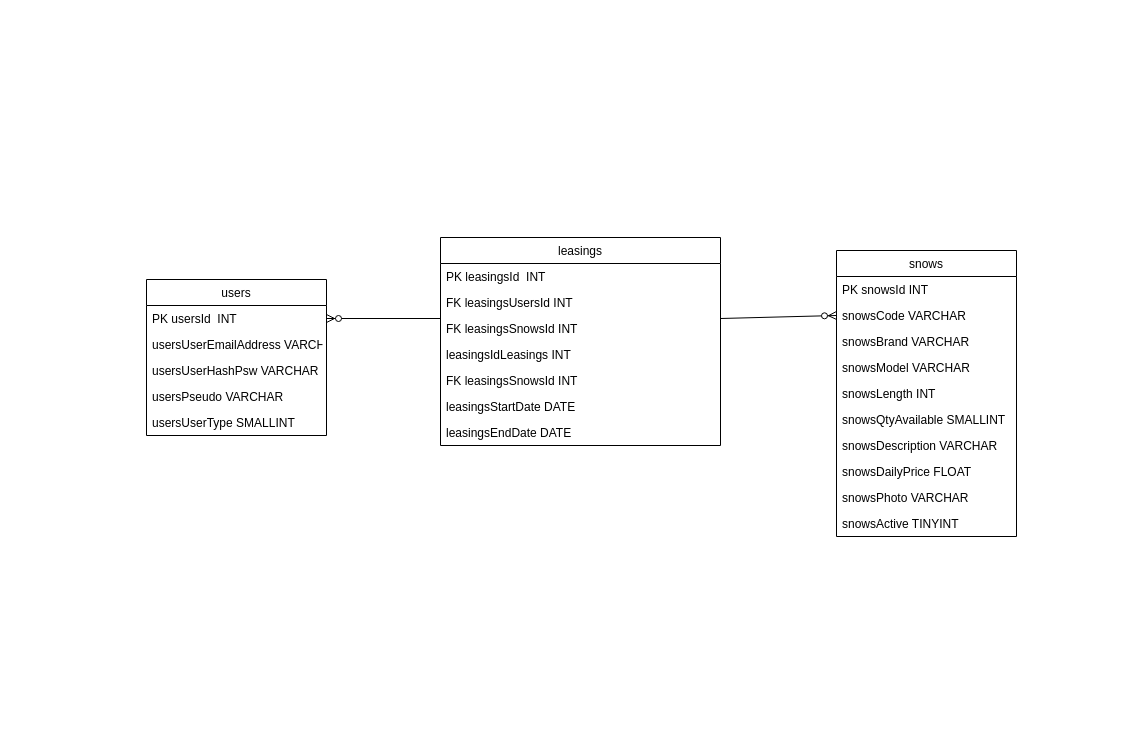
This is page "MLD" (2 of 2) of Documentation/modèlesDB.drawio from KevinAlvesLufky/ProjetWeb_BDD, a draw.io file, before an edit. Source tidied: cells renumbered, new cells numbered last; positions are measured from the earlier drawing's top-left corner, leaving out a move shared by most shapes. Both pictures are drawn from the tidied source at 100%, with x=0, y=0 at pixel (146, 237).
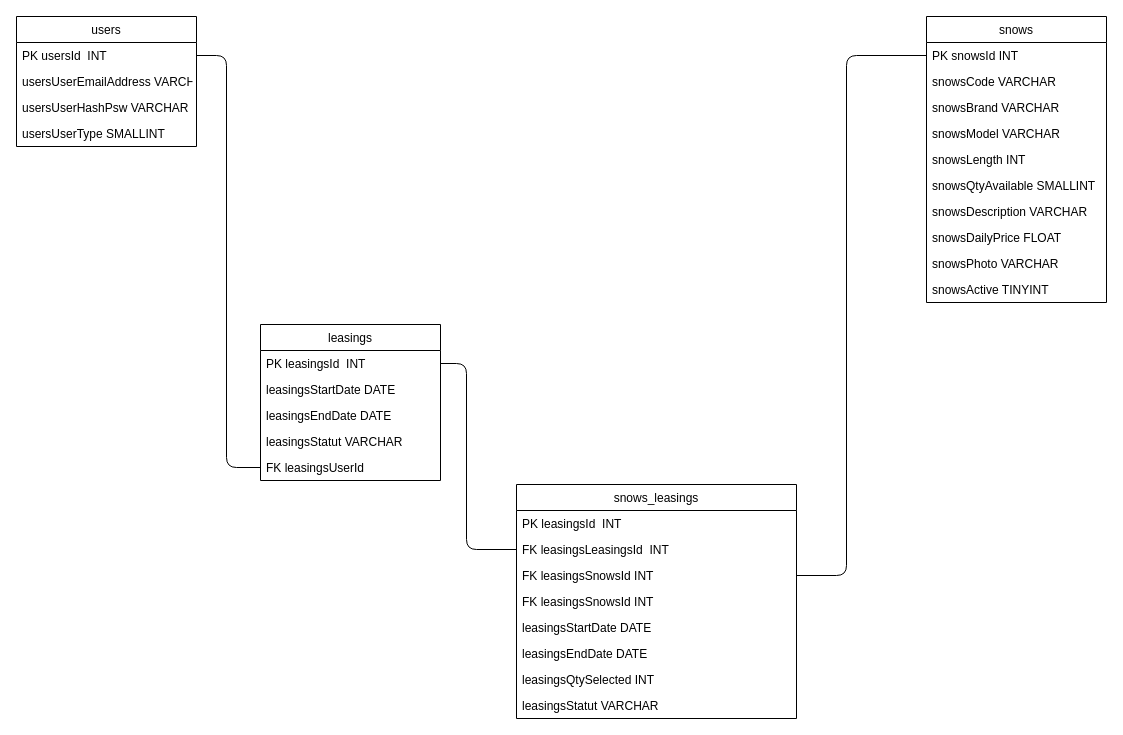
The same page after the edit.

The change refers to these unchanged cells:
```xml
<mxCell id="3" value="PK usersId  INT" style="text;strokeColor=none;fillColor=none;align=left;verticalAlign=top;spacingLeft=4;spacingRight=4;overflow=hidden;points=[[0,0.5],[1,0.5]];portConstraint=eastwest;" parent="2" vertex="1">
  <mxGeometry y="26" width="180" height="26" as="geometry" />
</mxCell>
<mxCell id="9" value="PK snowsId INT" style="text;strokeColor=none;fillColor=none;align=left;verticalAlign=top;spacingLeft=4;spacingRight=4;overflow=hidden;points=[[0,0.5],[1,0.5]];portConstraint=eastwest;" parent="8" vertex="1">
  <mxGeometry y="26" width="180" height="26" as="geometry" />
</mxCell>
<mxCell id="10" value="snowsCode VARCHAR" style="text;strokeColor=none;fillColor=none;align=left;verticalAlign=top;spacingLeft=4;spacingRight=4;overflow=hidden;points=[[0,0.5],[1,0.5]];portConstraint=eastwest;" parent="8" vertex="1">
  <mxGeometry y="52" width="180" height="26" as="geometry" />
</mxCell>
<mxCell id="22" value="FK leasingsSnowsId INT" style="text;strokeColor=none;fillColor=none;align=left;verticalAlign=top;spacingLeft=4;spacingRight=4;overflow=hidden;points=[[0,0.5],[1,0.5]];portConstraint=eastwest;" parent="19" vertex="1">
  <mxGeometry y="78" width="280" height="26" as="geometry" />
</mxCell>
```

Diff of the diagram source:
```diff
@@
     <mxCell id="2" value="users" style="swimlane;fontStyle=0;horizontal=1;startSize=26;fillColor=none;" parent="1" vertex="1">
-      <mxGeometry y="42" width="180" height="156" as="geometry" />
+      <mxGeometry x="-130" y="-221" width="180" height="130" as="geometry" />
     </mxCell>
@@
-    <mxCell id="6" value="usersPseudo VARCHAR" style="text;strokeColor=none;fillColor=none;align=left;verticalAlign=top;spacingLeft=4;spacingRight=4;overflow=hidden;" parent="2" vertex="1">
-      <mxGeometry y="104" width="180" height="26" as="geometry" />
-    </mxCell>
     <mxCell id="7" value="usersUserType SMALLINT" style="text;strokeColor=none;fillColor=none;align=left;verticalAlign=top;spacingLeft=4;spacingRight=4;overflow=hidden;" parent="2" vertex="1">
-      <mxGeometry y="130" width="180" height="26" as="geometry" />
+      <mxGeometry y="104" width="180" height="26" as="geometry" />
     </mxCell>
     <mxCell id="8" value="snows" style="swimlane;fontStyle=0;horizontal=1;startSize=26;fillColor=none;" parent="1" vertex="1">
-      <mxGeometry x="690" y="13" width="180" height="286" as="geometry" />
+      <mxGeometry x="780" y="-221" width="180" height="286" as="geometry" />
     </mxCell>
@@
-    <mxCell id="19" value="leasings" style="swimlane;fontStyle=0;horizontal=1;startSize=26;fillColor=none;" parent="1" vertex="1">
-      <mxGeometry x="294" width="280" height="208" as="geometry" />
+    <mxCell id="19" value="snows_leasings" style="swimlane;fontStyle=0;horizontal=1;startSize=26;fillColor=none;" parent="1" vertex="1">
+      <mxGeometry x="370" y="247" width="280" height="234" as="geometry" />
     </mxCell>
@@
-    <mxCell id="21" value="FK leasingsUsersId INT" style="text;strokeColor=none;fillColor=none;align=left;verticalAlign=top;spacingLeft=4;spacingRight=4;overflow=hidden;" parent="19" vertex="1">
-      <mxGeometry y="52" width="280" height="26" as="geometry" />
-    </mxCell>
+    <mxCell id="29" value="FK leasingsLeasingsId  INT" style="text;strokeColor=none;fillColor=none;align=left;verticalAlign=top;spacingLeft=4;spacingRight=4;overflow=hidden;points=[[0,0.5],[1,0.5]];portConstraint=eastwest;" parent="19" vertex="1">
+      <mxGeometry y="52" width="280" height="26" as="geometry" />
+    </mxCell>
@@
-    <mxCell id="23" value="leasingsIdLeasings INT" style="text;strokeColor=none;fillColor=none;align=left;verticalAlign=top;spacingLeft=4;spacingRight=4;overflow=hidden;" parent="19" vertex="1">
-      <mxGeometry y="104" width="280" height="26" as="geometry" />
-    </mxCell>
     <mxCell id="24" value="FK leasingsSnowsId INT" style="text;strokeColor=none;fillColor=none;align=left;verticalAlign=top;spacingLeft=4;spacingRight=4;overflow=hidden;" parent="19" vertex="1">
-      <mxGeometry y="130" width="280" height="26" as="geometry" />
+      <mxGeometry y="104" width="280" height="26" as="geometry" />
     </mxCell>
     <mxCell id="25" value="leasingsStartDate DATE" style="text;strokeColor=none;fillColor=none;align=left;verticalAlign=top;spacingLeft=4;spacingRight=4;overflow=hidden;" parent="19" vertex="1">
-      <mxGeometry y="156" width="280" height="26" as="geometry" />
+      <mxGeometry y="130" width="280" height="26" as="geometry" />
     </mxCell>
     <mxCell id="26" value="leasingsEndDate DATE" style="text;strokeColor=none;fillColor=none;align=left;verticalAlign=top;spacingLeft=4;spacingRight=4;overflow=hidden;" parent="19" vertex="1">
-      <mxGeometry y="182" width="280" height="26" as="geometry" />
+      <mxGeometry y="156" width="280" height="26" as="geometry" />
     </mxCell>
-    <mxCell id="27" style="endArrow=none;html=1;exitX=1;exitY=0.5;exitDx=0;exitDy=0;entryX=0;entryY=0.5;entryDx=0;entryDy=0;startArrow=ERzeroToMany;startFill=1;" parent="1" edge="1" source="3">
-      <mxGeometry relative="1" as="geometry">
-        <mxPoint x="294" y="81" as="targetPoint" />
-      </mxGeometry>
-    </mxCell>
-    <mxCell id="28" style="endArrow=ERzeroToMany;html=1;entryX=0;entryY=0.5;entryDx=0;entryDy=0;endFill=1;exitX=1;exitY=0.5;exitDx=0;exitDy=0;" parent="1" edge="1" target="10">
-      <mxGeometry relative="1" as="geometry">
-        <mxPoint x="574" y="81" as="sourcePoint" />
-      </mxGeometry>
-    </mxCell>
+    <mxCell id="30" value="leasingsQtySelected INT" style="text;strokeColor=none;fillColor=none;align=left;verticalAlign=top;spacingLeft=4;spacingRight=4;overflow=hidden;" parent="19" vertex="1">
+      <mxGeometry y="182" width="280" height="26" as="geometry" />
+    </mxCell>
+    <mxCell id="31" value="leasingsStatut VARCHAR" style="text;strokeColor=none;fillColor=none;align=left;verticalAlign=top;spacingLeft=4;spacingRight=4;overflow=hidden;" parent="19" vertex="1">
+      <mxGeometry y="208" width="280" height="26" as="geometry" />
+    </mxCell>
+    <mxCell id="32" value="leasings" style="swimlane;fontStyle=0;horizontal=1;startSize=26;fillColor=none;" parent="1" vertex="1">
+      <mxGeometry x="114" y="87" width="180" height="156" as="geometry" />
+    </mxCell>
+    <mxCell id="33" value="PK leasingsId  INT" style="text;strokeColor=none;fillColor=none;align=left;verticalAlign=top;spacingLeft=4;spacingRight=4;overflow=hidden;points=[[0,0.5],[1,0.5]];portConstraint=eastwest;" parent="32" vertex="1">
+      <mxGeometry y="26" width="180" height="26" as="geometry" />
+    </mxCell>
+    <mxCell id="34" value="leasingsStartDate DATE" style="text;strokeColor=none;fillColor=none;align=left;verticalAlign=top;spacingLeft=4;spacingRight=4;overflow=hidden;" parent="32" vertex="1">
+      <mxGeometry y="52" width="180" height="26" as="geometry" />
+    </mxCell>
+    <mxCell id="35" value="leasingsEndDate DATE" style="text;strokeColor=none;fillColor=none;align=left;verticalAlign=top;spacingLeft=4;spacingRight=4;overflow=hidden;" parent="32" vertex="1">
+      <mxGeometry y="78" width="180" height="26" as="geometry" />
+    </mxCell>
+    <mxCell id="36" value="leasingsStatut VARCHAR" style="text;strokeColor=none;fillColor=none;align=left;verticalAlign=top;spacingLeft=4;spacingRight=4;overflow=hidden;" parent="32" vertex="1">
+      <mxGeometry y="104" width="180" height="26" as="geometry" />
+    </mxCell>
+    <mxCell id="37" value="FK leasingsUserId" style="text;strokeColor=none;fillColor=none;align=left;verticalAlign=top;spacingLeft=4;spacingRight=4;overflow=hidden;points=[[0,0.5],[1,0.5]];portConstraint=eastwest;" parent="32" vertex="1">
+      <mxGeometry y="130" width="180" height="26" as="geometry" />
+    </mxCell>
+    <mxCell id="38" style="endArrow=none;html=1;entryX=1;entryY=0.5;entryDx=0;entryDy=0;exitX=0;exitY=0.5;exitDx=0;exitDy=0;" parent="1" edge="1" source="37" target="3">
+      <mxGeometry relative="1" as="geometry">
+        <Array as="points">
+          <mxPoint x="80" y="230" />
+          <mxPoint x="80" y="-182" />
+        </Array>
+      </mxGeometry>
+    </mxCell>
+    <mxCell id="39" style="endArrow=none;html=1;entryX=1;entryY=0.5;entryDx=0;entryDy=0;exitX=0;exitY=0.5;exitDx=0;exitDy=0;" parent="1" edge="1" source="29" target="33">
+      <mxGeometry relative="1" as="geometry">
+        <Array as="points">
+          <mxPoint x="320" y="312" />
+          <mxPoint x="320" y="126" />
+        </Array>
+      </mxGeometry>
+    </mxCell>
+    <mxCell id="40" style="endArrow=none;html=1;entryX=0;entryY=0.5;entryDx=0;entryDy=0;exitX=1;exitY=0.5;exitDx=0;exitDy=0;" parent="1" edge="1" source="22" target="9">
+      <mxGeometry relative="1" as="geometry">
+        <Array as="points">
+          <mxPoint x="700" y="338" />
+          <mxPoint x="700" y="-182" />
+        </Array>
+      </mxGeometry>
+    </mxCell>
```
